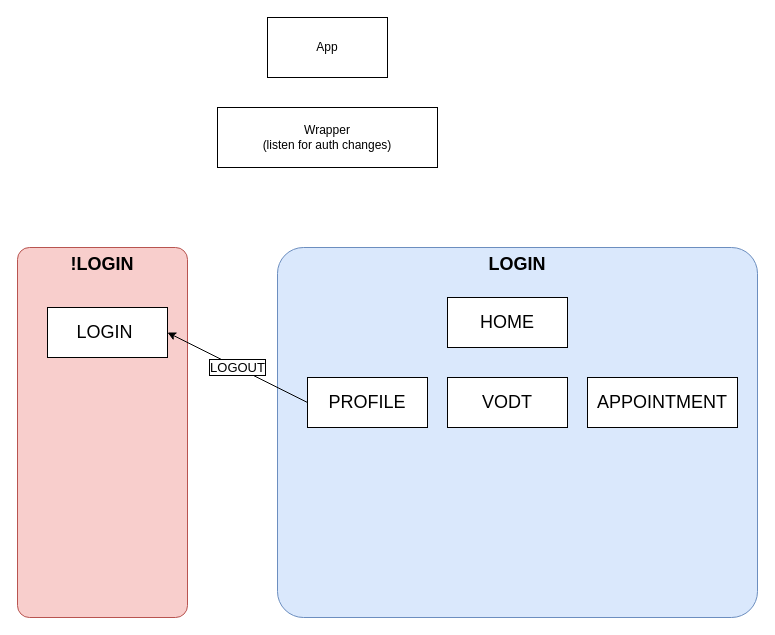
Earlier version of the draw.io diagram architecture.drawio (lydia0423/TB_e_health). Source tidied: cells renumbered, new cells numbered last; positions are measured from the earlier drawing's top-left corner, leaving out a move shared by most shapes. Both pictures are drawn from the tidied source at 100%, with x=0, y=0 at pixel (17, 17).
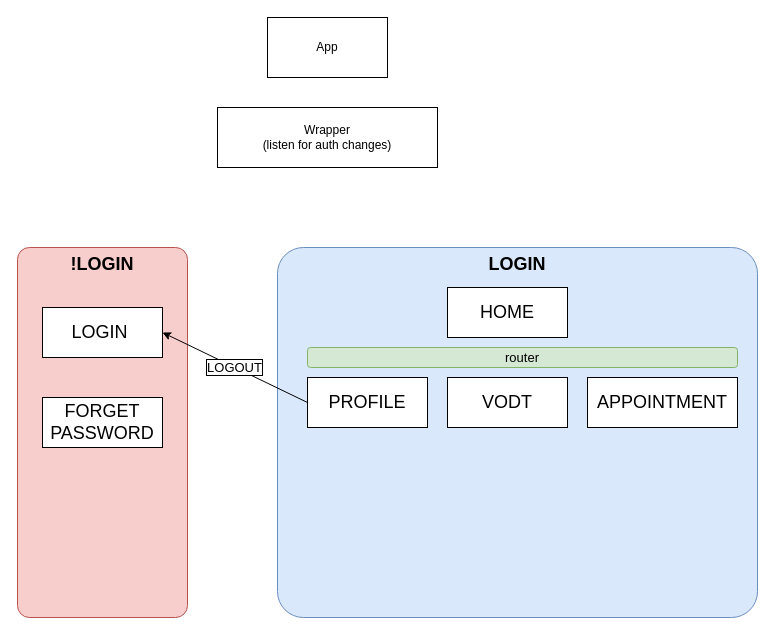
The same diagram, later.

Commit message (it also covers changes not shown here):
- added an overview app layout architecture. - added a layer of wrapper to detect user login/logoff. - added AuthService for the user/auth related. - fix a bug when logoff app stucked.

What changed in the source:
```diff
@@
 <mxGraphModel>
   <root>
     <mxCell id="0" />
     <mxCell id="1" parent="0" />
     <mxCell id="2" value="App" style="rounded=0;whiteSpace=wrap;html=1;" parent="1" vertex="1">
       <mxGeometry x="250" width="120" height="60" as="geometry" />
     </mxCell>
     <mxCell id="3" value="Wrapper&lt;br&gt;(listen for auth changes)" style="rounded=0;whiteSpace=wrap;html=1;" parent="1" vertex="1">
       <mxGeometry x="200" y="90" width="220" height="60" as="geometry" />
     </mxCell>
     <mxCell id="4" value="!LOGIN" style="rounded=1;whiteSpace=wrap;html=1;arcSize=7;fillColor=#f8cecc;strokeColor=#b85450;align=center;horizontal=1;verticalAlign=top;fontStyle=1;fontSize=18;" parent="1" vertex="1">
       <mxGeometry y="230" width="170" height="370" as="geometry" />
     </mxCell>
     <mxCell id="5" value="LOGIN" style="rounded=1;whiteSpace=wrap;html=1;arcSize=7;fillColor=#dae8fc;strokeColor=#6c8ebf;horizontal=1;verticalAlign=top;fontStyle=1;fontSize=18;" parent="1" vertex="1">
       <mxGeometry x="260" y="230" width="480" height="370" as="geometry" />
     </mxCell>
     <mxCell id="6" value="LOGIN&amp;nbsp;" style="rounded=0;whiteSpace=wrap;html=1;fontSize=18;verticalAlign=middle;" parent="1" vertex="1">
-      <mxGeometry x="30" y="290" width="120" height="50" as="geometry" />
+      <mxGeometry x="25" y="290" width="120" height="50" as="geometry" />
     </mxCell>
     <mxCell id="7" value="HOME" style="rounded=0;whiteSpace=wrap;html=1;fontSize=18;verticalAlign=middle;" parent="1" vertex="1">
-      <mxGeometry x="430" y="280" width="120" height="50" as="geometry" />
+      <mxGeometry x="430" y="270" width="120" height="50" as="geometry" />
     </mxCell>
     <mxCell id="8" value="PROFILE" style="rounded=0;whiteSpace=wrap;html=1;fontSize=18;verticalAlign=middle;" parent="1" vertex="1">
       <mxGeometry x="290" y="360" width="120" height="50" as="geometry" />
     </mxCell>
     <mxCell id="9" value="LOGOUT" style="endArrow=classic;html=1;fontSize=13;exitX=0;exitY=0.5;exitDx=0;exitDy=0;entryX=1;entryY=0.5;entryDx=0;entryDy=0;labelBorderColor=#000000;" parent="1" edge="1" source="8" target="6">
       <mxGeometry relative="1" as="geometry" />
     </mxCell>
     <mxCell id="10" value="VODT" style="rounded=0;whiteSpace=wrap;html=1;fontSize=18;verticalAlign=middle;" parent="1" vertex="1">
       <mxGeometry x="430" y="360" width="120" height="50" as="geometry" />
     </mxCell>
     <mxCell id="11" value="APPOINTMENT" style="rounded=0;whiteSpace=wrap;html=1;fontSize=18;verticalAlign=middle;" parent="1" vertex="1">
       <mxGeometry x="570" y="360" width="150" height="50" as="geometry" />
     </mxCell>
+    <mxCell id="12" value="FORGET PASSWORD" style="rounded=0;whiteSpace=wrap;html=1;fontSize=18;verticalAlign=middle;" parent="1" vertex="1">
+      <mxGeometry x="25" y="380" width="120" height="50" as="geometry" />
+    </mxCell>
+    <mxCell id="13" value="router" style="rounded=1;whiteSpace=wrap;html=1;fontSize=13;verticalAlign=middle;fillColor=#d5e8d4;strokeColor=#82b366;" parent="1" vertex="1">
+      <mxGeometry x="290" y="330" width="430" height="20" as="geometry" />
+    </mxCell>
   </root>
 </mxGraphModel>
```
